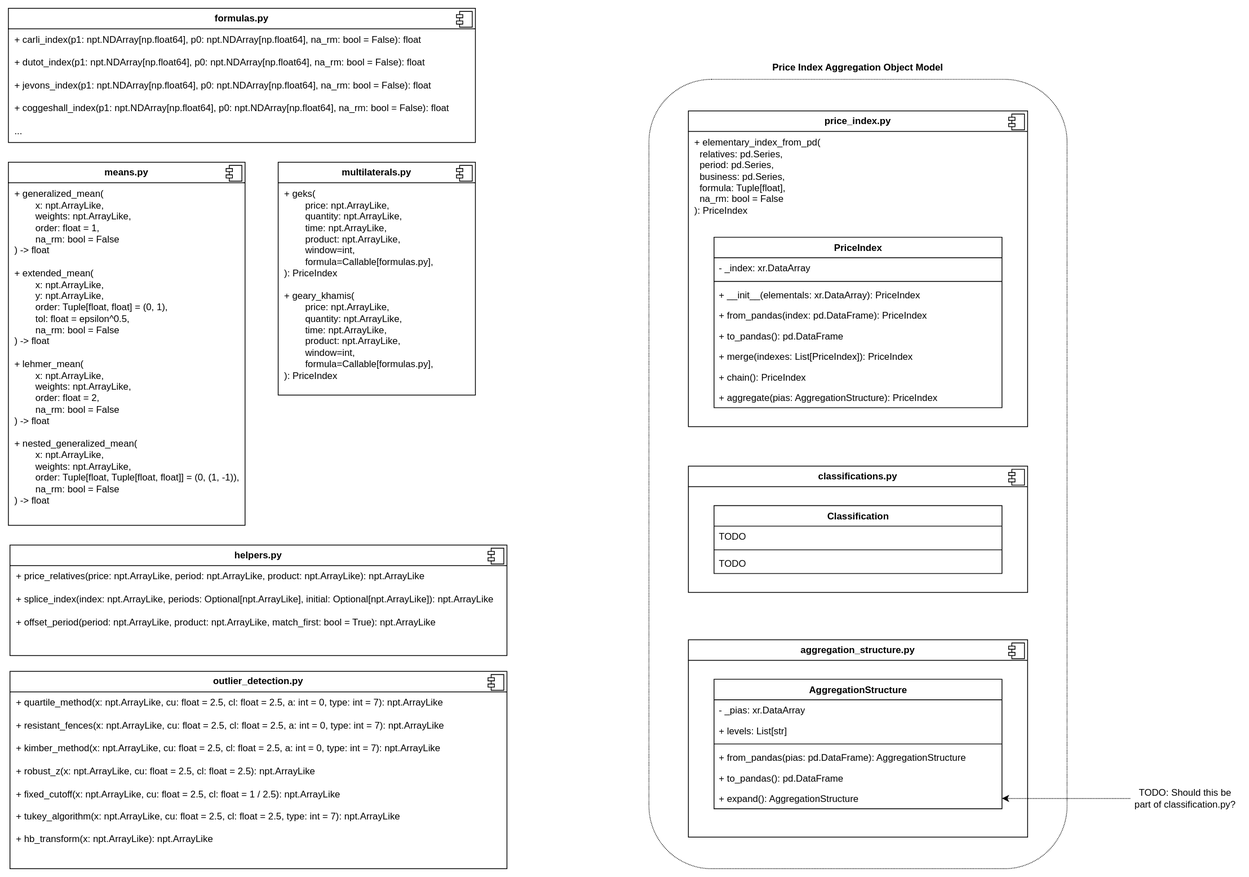
The draw.io diagram pyapi/docs/api-v2.drawio.svg in Collinbrown95/gpindex-rs, before a commit. Source tidied: cells renumbered, new cells last; positions are measured from the earlier drawing's top-left corner, leaving out a move shared by most shapes.
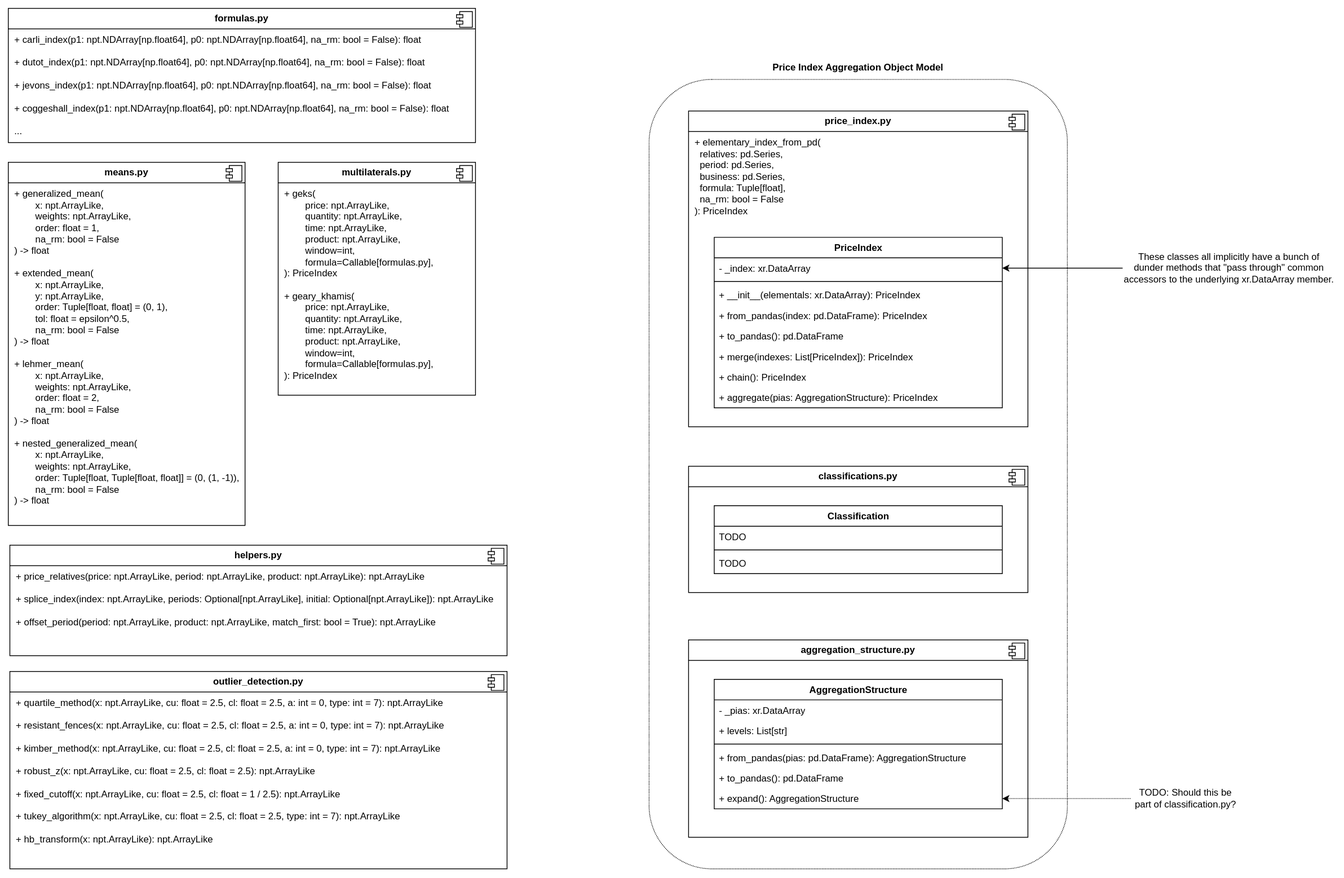
After the change.

The edit, as a diff of the source:
```diff
@@ -138,5 +138,11 @@
     <mxCell id="41" value="TODO: Should this be part of classification.py?" style="text;html=1;whiteSpace=wrap;strokeColor=none;fillColor=none;align=center;verticalAlign=middle;rounded=0;" parent="1" vertex="1">
       <mxGeometry x="1422" y="978" width="140" height="46" as="geometry" />
     </mxCell>
+    <mxCell id="42" style="edgeStyle=orthogonalEdgeStyle;rounded=0;jettySize=auto;html=1;entryX=1;entryY=0.5;entryDx=0;entryDy=0;" parent="1" edge="1" source="43" target="8">
+      <mxGeometry relative="1" as="geometry" />
+    </mxCell>
+    <mxCell id="43" value="These classes all implicitly have a bunch of dunder methods that &quot;pass through&quot; common accessors to the underlying xr.DataArray member." style="text;html=1;whiteSpace=wrap;strokeColor=none;fillColor=none;align=center;verticalAlign=middle;rounded=0;" parent="1" vertex="1">
+      <mxGeometry x="1412" y="299" width="270" height="60" as="geometry" />
+    </mxCell>
   </root>
 </mxGraphModel>
```
